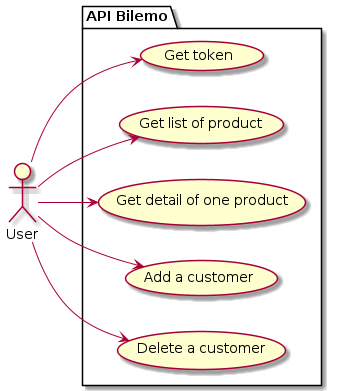
The PlantUML diagram UML/UserCase.png in clopenclassrooms/p7, before a commit.
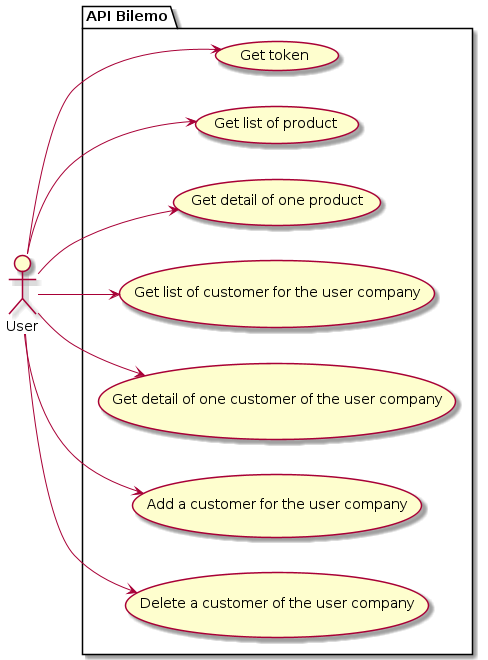
After the commit.

What changed in the source:
```diff
@@ -1,4 +1,4 @@
-@startuml " "
+@startuml ""
 left to right direction
 actor User as g
 
@@ -6,8 +6,10 @@
   usecase "Get token" as UC1
   usecase "Get list of product" as UC2
   usecase "Get detail of one product" as UC3
-  usecase "Add a customer" as UC4
-  usecase "Delete a customer" as UC5
+  usecase "Get list of customer for the user company" as UC4
+  usecase "Get detail of one customer of the user company" as UC5
+  usecase "Add a customer for the user company" as UC6
+  usecase "Delete a customer of the user company" as UC7
 }
 
 g --> UC1
@@ -15,4 +17,6 @@
 g --> UC3
 g --> UC4
 g --> UC5
+g --> UC6
+g --> UC7
 @enduml
```
